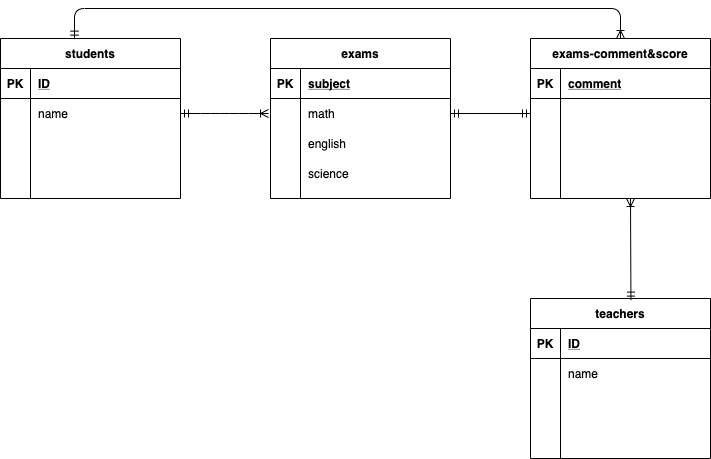
The draw.io diagram index.drawio.png in kiyo1215/coachtech_exam-database, before a commit. Source tidied: cells renumbered, new cells last; positions are measured from the earlier drawing's top-left corner, leaving out a move shared by most shapes.
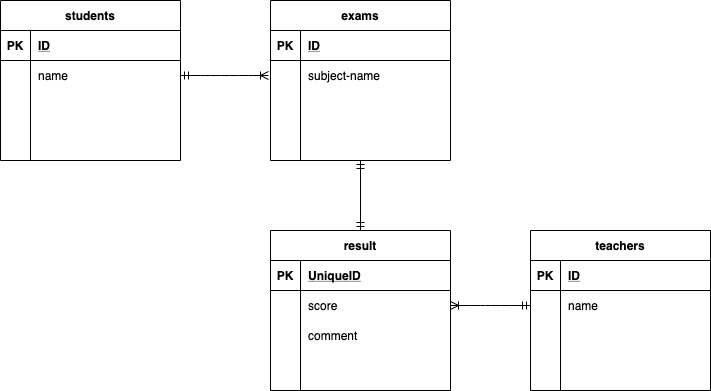
After the change.

Diff of the diagram source:
```diff
@@ -50,7 +50,7 @@
     <mxCell id="17" value="PK" style="shape=partialRectangle;fillColor=none;top=0;left=0;bottom=0;right=0;fontStyle=1;overflow=hidden;" parent="16" vertex="1">
       <mxGeometry width="30" height="30" as="geometry" />
     </mxCell>
-    <mxCell id="18" value="subject" style="shape=partialRectangle;fillColor=none;top=0;left=0;bottom=0;right=0;align=left;spacingLeft=6;fontStyle=5;overflow=hidden;" parent="16" vertex="1">
+    <mxCell id="18" value="ID" style="shape=partialRectangle;fillColor=none;top=0;left=0;bottom=0;right=0;align=left;spacingLeft=6;fontStyle=5;overflow=hidden;" parent="16" vertex="1">
       <mxGeometry x="30" width="150" height="30" as="geometry" />
     </mxCell>
     <mxCell id="19" style="shape=partialRectangle;fillColor=none;top=0;left=0;bottom=0;right=0;points=[[0,0.5],[1,0.5]];portConstraint=eastwest;" parent="15" vertex="1">
@@ -59,7 +59,7 @@
     <mxCell id="20" style="shape=partialRectangle;fillColor=none;top=0;left=0;bottom=0;right=0;overflow=hidden;" parent="19" vertex="1">
       <mxGeometry width="30" height="30" as="geometry" />
     </mxCell>
-    <mxCell id="21" value="math" style="shape=partialRectangle;fillColor=none;top=0;left=0;bottom=0;right=0;align=left;spacingLeft=6;overflow=hidden;" parent="19" vertex="1">
+    <mxCell id="21" value="subject-name" style="shape=partialRectangle;fillColor=none;top=0;left=0;bottom=0;right=0;align=left;spacingLeft=6;overflow=hidden;" parent="19" vertex="1">
       <mxGeometry x="30" width="150" height="30" as="geometry" />
     </mxCell>
     <mxCell id="22" style="shape=partialRectangle;fillColor=none;top=0;left=0;bottom=0;right=0;" parent="15" vertex="1">
@@ -68,7 +68,7 @@
     <mxCell id="23" style="shape=partialRectangle;fillColor=none;top=0;left=0;bottom=0;right=0;overflow=hidden;" parent="22" vertex="1">
       <mxGeometry width="30" height="30" as="geometry" />
     </mxCell>
-    <mxCell id="24" value="english" style="shape=partialRectangle;fillColor=none;top=0;left=0;bottom=0;right=0;align=left;spacingLeft=6;overflow=hidden;" parent="22" vertex="1">
+    <mxCell id="24" style="shape=partialRectangle;fillColor=none;top=0;left=0;bottom=0;right=0;align=left;spacingLeft=6;overflow=hidden;" parent="22" vertex="1">
       <mxGeometry x="30" width="150" height="30" as="geometry" />
     </mxCell>
     <mxCell id="25" style="shape=partialRectangle;fillColor=none;top=0;left=0;bottom=0;right=0;" parent="15" vertex="1">
@@ -77,11 +77,11 @@
     <mxCell id="26" style="shape=partialRectangle;fillColor=none;top=0;left=0;bottom=0;right=0;overflow=hidden;" parent="25" vertex="1">
       <mxGeometry width="30" height="30" as="geometry" />
     </mxCell>
-    <mxCell id="27" value="science" style="shape=partialRectangle;fillColor=none;top=0;left=0;bottom=0;right=0;align=left;spacingLeft=6;overflow=hidden;" parent="25" vertex="1">
+    <mxCell id="27" style="shape=partialRectangle;fillColor=none;top=0;left=0;bottom=0;right=0;align=left;spacingLeft=6;overflow=hidden;" parent="25" vertex="1">
       <mxGeometry x="30" width="150" height="30" as="geometry" />
     </mxCell>
     <mxCell id="28" value="teachers" style="shape=table;startSize=30;rowLines=0;fontStyle=1;align=center;" parent="1" vertex="1">
-      <mxGeometry x="530" y="290" width="180" height="160" as="geometry" />
+      <mxGeometry x="530" y="260" width="180" height="160" as="geometry" />
     </mxCell>
     <mxCell id="29" style="shape=partialRectangle;fillColor=none;top=0;left=0;bottom=1;right=0;" parent="28" vertex="1">
       <mxGeometry y="30" width="180" height="30" as="geometry" />
@@ -110,65 +110,55 @@
     <mxCell id="37" style="shape=partialRectangle;fillColor=none;top=0;left=0;bottom=0;right=0;align=left;spacingLeft=6;overflow=hidden;" parent="35" vertex="1">
       <mxGeometry x="30" width="150" height="30" as="geometry" />
     </mxCell>
-    <mxCell id="38" value="exams-comment&amp;score" style="shape=table;startSize=30;rowLines=0;fontStyle=1;align=center;" parent="1" vertex="1">
-      <mxGeometry x="530" y="30" width="180" height="160" as="geometry" />
-    </mxCell>
+    <mxCell id="52" style="edgeStyle=entityRelationEdgeStyle;fontSize=12;html=1;endArrow=ERoneToMany;startArrow=ERmandOne;exitX=1;exitY=0.5;exitDx=0;exitDy=0;" parent="1" edge="1" source="6">
+      <mxGeometry relative="1" as="geometry">
+        <mxPoint x="268" y="105" as="targetPoint" />
+      </mxGeometry>
+    </mxCell>
+    <mxCell id="55" value="result" style="shape=table;startSize=30;rowLines=0;fontStyle=1;align=center;" parent="1" vertex="1">
+      <mxGeometry x="270" y="260" width="180" height="160" as="geometry" />
+    </mxCell>
-    <mxCell id="39" style="shape=partialRectangle;fillColor=none;top=0;left=0;bottom=1;right=0;" parent="38" vertex="1">
+    <mxCell id="39" style="shape=partialRectangle;fillColor=none;top=0;left=0;bottom=1;right=0;" parent="55" vertex="1">
       <mxGeometry y="30" width="180" height="30" as="geometry" />
     </mxCell>
     <mxCell id="40" value="PK" style="shape=partialRectangle;fillColor=none;top=0;left=0;bottom=0;right=0;fontStyle=1;overflow=hidden;" parent="39" vertex="1">
       <mxGeometry width="30" height="30" as="geometry" />
     </mxCell>
+    <mxCell id="56" value="UniqueID" style="shape=partialRectangle;fillColor=none;top=0;left=0;bottom=0;right=0;align=left;spacingLeft=6;fontStyle=5;overflow=hidden;" parent="39" vertex="1">
+      <mxGeometry x="30" width="150" height="30" as="geometry" />
+    </mxCell>
+    <mxCell id="42" style="shape=partialRectangle;fillColor=none;top=0;left=0;bottom=0;right=0;points=[[0,0.5],[1,0.5]];portConstraint=eastwest;" parent="55" vertex="1">
+      <mxGeometry y="60" width="180" height="30" as="geometry" />
+    </mxCell>
+    <mxCell id="57" style="shape=partialRectangle;fillColor=none;top=0;left=0;bottom=0;right=0;overflow=hidden;" parent="42" vertex="1">
+      <mxGeometry width="30" height="30" as="geometry" />
+    </mxCell>
+    <mxCell id="58" value="score" style="shape=partialRectangle;fillColor=none;top=0;left=0;bottom=0;right=0;align=left;spacingLeft=6;overflow=hidden;" parent="42" vertex="1">
+      <mxGeometry x="30" width="150" height="30" as="geometry" />
+    </mxCell>
+    <mxCell id="45" style="shape=partialRectangle;fillColor=none;top=0;left=0;bottom=0;right=0;" parent="55" vertex="1">
+      <mxGeometry y="90" width="180" height="30" as="geometry" />
+    </mxCell>
+    <mxCell id="59" style="shape=partialRectangle;fillColor=none;top=0;left=0;bottom=0;right=0;overflow=hidden;" parent="45" vertex="1">
+      <mxGeometry width="30" height="30" as="geometry" />
+    </mxCell>
-    <mxCell id="41" value="comment" style="shape=partialRectangle;fillColor=none;top=0;left=0;bottom=0;right=0;align=left;spacingLeft=6;fontStyle=5;overflow=hidden;" parent="39" vertex="1">
+    <mxCell id="41" value="comment" style="shape=partialRectangle;fillColor=none;top=0;left=0;bottom=0;right=0;align=left;spacingLeft=6;overflow=hidden;" parent="45" vertex="1">
       <mxGeometry x="30" width="150" height="30" as="geometry" />
     </mxCell>
-    <mxCell id="42" style="shape=partialRectangle;fillColor=none;top=0;left=0;bottom=0;right=0;points=[[0,0.5],[1,0.5]];portConstraint=eastwest;" parent="38" vertex="1">
-      <mxGeometry y="60" width="180" height="30" as="geometry" />
-    </mxCell>
-    <mxCell id="43" style="shape=partialRectangle;fillColor=none;top=0;left=0;bottom=0;right=0;overflow=hidden;" parent="42" vertex="1">
-      <mxGeometry width="30" height="30" as="geometry" />
-    </mxCell>
-    <mxCell id="44" style="shape=partialRectangle;fillColor=none;top=0;left=0;bottom=0;right=0;align=left;spacingLeft=6;overflow=hidden;" parent="42" vertex="1">
-      <mxGeometry x="30" width="150" height="30" as="geometry" />
-    </mxCell>
-    <mxCell id="45" style="shape=partialRectangle;fillColor=none;top=0;left=0;bottom=0;right=0;" parent="38" vertex="1">
-      <mxGeometry y="90" width="180" height="30" as="geometry" />
-    </mxCell>
-    <mxCell id="46" style="shape=partialRectangle;fillColor=none;top=0;left=0;bottom=0;right=0;overflow=hidden;" parent="45" vertex="1">
-      <mxGeometry width="30" height="30" as="geometry" />
-    </mxCell>
-    <mxCell id="47" style="shape=partialRectangle;fillColor=none;top=0;left=0;bottom=0;right=0;align=left;spacingLeft=6;overflow=hidden;" parent="45" vertex="1">
-      <mxGeometry x="30" width="150" height="30" as="geometry" />
-    </mxCell>
-    <mxCell id="48" style="shape=partialRectangle;fillColor=none;top=0;left=0;bottom=0;right=0;" parent="38" vertex="1">
+    <mxCell id="48" style="shape=partialRectangle;fillColor=none;top=0;left=0;bottom=0;right=0;" parent="55" vertex="1">
       <mxGeometry y="120" width="180" height="30" as="geometry" />
     </mxCell>
-    <mxCell id="49" style="shape=partialRectangle;fillColor=none;top=0;left=0;bottom=0;right=0;overflow=hidden;" parent="48" vertex="1">
-      <mxGeometry width="30" height="30" as="geometry" />
-    </mxCell>
-    <mxCell id="50" style="shape=partialRectangle;fillColor=none;top=0;left=0;bottom=0;right=0;align=left;spacingLeft=6;overflow=hidden;" parent="48" vertex="1">
-      <mxGeometry x="30" width="150" height="30" as="geometry" />
-    </mxCell>
-    <mxCell id="51" style="fontSize=12;html=1;endArrow=ERmandOne;startArrow=ERmandOne;entryX=1;entryY=0.5;entryDx=0;entryDy=0;exitX=0;exitY=0.5;exitDx=0;exitDy=0;" parent="1" edge="1" source="42" target="19">
-      <mxGeometry relative="1" as="geometry" />
-    </mxCell>
-    <mxCell id="52" style="edgeStyle=entityRelationEdgeStyle;fontSize=12;html=1;endArrow=ERoneToMany;startArrow=ERmandOne;exitX=1;exitY=0.5;exitDx=0;exitDy=0;" parent="1" edge="1" source="6">
-      <mxGeometry relative="1" as="geometry">
-        <mxPoint x="268" y="105" as="targetPoint" />
-      </mxGeometry>
-    </mxCell>
-    <mxCell id="53" style="fontSize=12;html=1;endArrow=ERoneToMany;startArrow=ERmandOne;exitX=0.558;exitY=0.01;exitDx=0;exitDy=0;exitPerimeter=0;" parent="1" edge="1" source="28">
-      <mxGeometry relative="1" as="geometry">
-        <mxPoint x="630" y="190" as="targetPoint" />
-      </mxGeometry>
-    </mxCell>
-    <mxCell id="54" style="edgeStyle=orthogonalEdgeStyle;fontSize=12;html=1;endArrow=ERoneToMany;startArrow=ERmandOne;entryX=0.5;entryY=0;entryDx=0;entryDy=0;exitX=0.411;exitY=0.004;exitDx=0;exitDy=0;exitPerimeter=0;" parent="1" edge="1" source="2" target="38">
-      <mxGeometry relative="1" as="geometry">
-        <Array as="points">
-          <mxPoint x="74" />
-          <mxPoint x="620" />
-        </Array>
-      </mxGeometry>
-    </mxCell>
+    <mxCell id="60" style="shape=partialRectangle;fillColor=none;top=0;left=0;bottom=0;right=0;overflow=hidden;" parent="48" vertex="1">
+      <mxGeometry width="30" height="30" as="geometry" />
+    </mxCell>
+    <mxCell id="61" style="shape=partialRectangle;fillColor=none;top=0;left=0;bottom=0;right=0;align=left;spacingLeft=6;overflow=hidden;" parent="48" vertex="1">
+      <mxGeometry x="30" width="150" height="30" as="geometry" />
+    </mxCell>
+    <mxCell id="62" style="fontSize=12;html=1;endArrow=ERmandOne;startArrow=ERmandOne;entryX=0.5;entryY=1;entryDx=0;entryDy=0;exitX=0.5;exitY=0;exitDx=0;exitDy=0;" parent="1" edge="1" source="55" target="15">
+      <mxGeometry relative="1" as="geometry" />
+    </mxCell>
+    <mxCell id="63" style="edgeStyle=entityRelationEdgeStyle;fontSize=12;html=1;endArrow=ERoneToMany;startArrow=ERmandOne;entryX=1;entryY=0.5;entryDx=0;entryDy=0;exitX=0;exitY=0.5;exitDx=0;exitDy=0;" parent="1" edge="1" source="32" target="42">
+      <mxGeometry relative="1" as="geometry" />
+    </mxCell>
   </root>
 </mxGraphModel>
```
